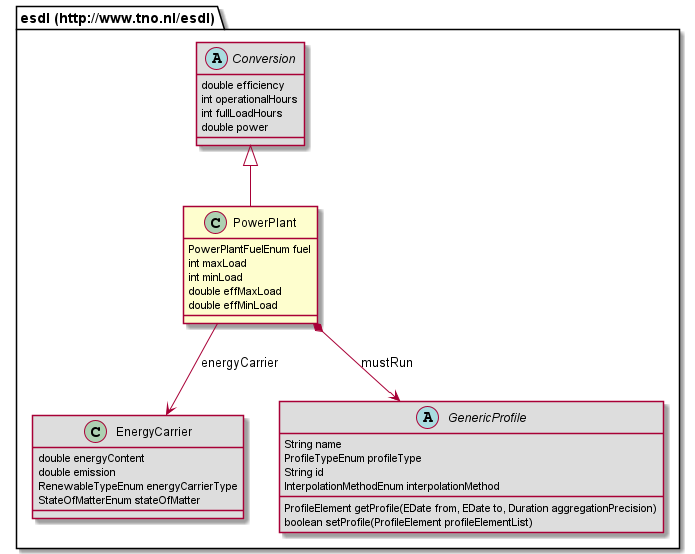
The PlantUML diagram 687474703a2f2f7777772e746e6f2e6e6c2f6573646c/PowerPlant.png in EnergyTransition/energytransition.github.io, before a commit.
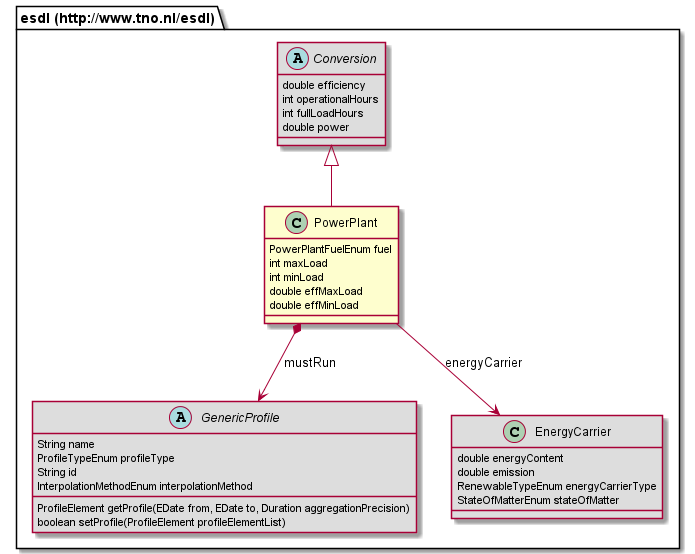
The same file after the commit.

Change to the diagram source:
```diff
@@ -5,18 +5,6 @@
 	int minLoad
 	double effMaxLoad
 	double effMinLoad
-}
-class "esdl (http://www.tno.nl/esdl).EnergyCarrier" [[#router/doc-content/687474703a2f2f7777772e746e6f2e6e6c2f6573646c/EnergyCarrier.html{Defines a carrier of energy with its emission and energy content properties}]] #DDDDDD {
-	double energyContent
-	double emission
-	RenewableTypeEnum energyCarrierType
-	StateOfMatterEnum stateOfMatter
-}
-abstract class "esdl (http://www.tno.nl/esdl).Conversion" [[#router/doc-content/687474703a2f2f7777772e746e6f2e6e6c2f6573646c/Conversion.html{An abstract class that describes EnergyAssets that can convert one energy carrier into another. }]] #DDDDDD {
-	double efficiency
-	int operationalHours
-	int fullLoadHours
-	double power
 }
 abstract class "esdl (http://www.tno.nl/esdl).GenericProfile" [[#router/doc-content/687474703a2f2f7777772e746e6f2e6e6c2f6573646c/GenericProfile.html{All profiles should describe these fields: a name and a ProfileType. }]] #DDDDDD {
 	String name
@@ -26,6 +14,18 @@
 	ProfileElement getProfile(EDate from, EDate to, Duration aggregationPrecision)
 	boolean setProfile(ProfileElement profileElementList)
 }
+abstract class "esdl (http://www.tno.nl/esdl).Conversion" [[#router/doc-content/687474703a2f2f7777772e746e6f2e6e6c2f6573646c/Conversion.html{An abstract class that describes EnergyAssets that can convert one energy carrier into another. }]] #DDDDDD {
+	double efficiency
+	int operationalHours
+	int fullLoadHours
+	double power
+}
+class "esdl (http://www.tno.nl/esdl).EnergyCarrier" [[#router/doc-content/687474703a2f2f7777772e746e6f2e6e6c2f6573646c/EnergyCarrier.html{Defines a carrier of energy with its emission and energy content properties}]] #DDDDDD {
+	double energyContent
+	double emission
+	RenewableTypeEnum energyCarrierType
+	StateOfMatterEnum stateOfMatter
+}
 "esdl (http://www.tno.nl/esdl).Conversion" <|-- "esdl (http://www.tno.nl/esdl).PowerPlant"
 "esdl (http://www.tno.nl/esdl).PowerPlant" --> "esdl (http://www.tno.nl/esdl).EnergyCarrier" : energyCarrier
 "esdl (http://www.tno.nl/esdl).PowerPlant" *--> "esdl (http://www.tno.nl/esdl).GenericProfile" : mustRun
```
